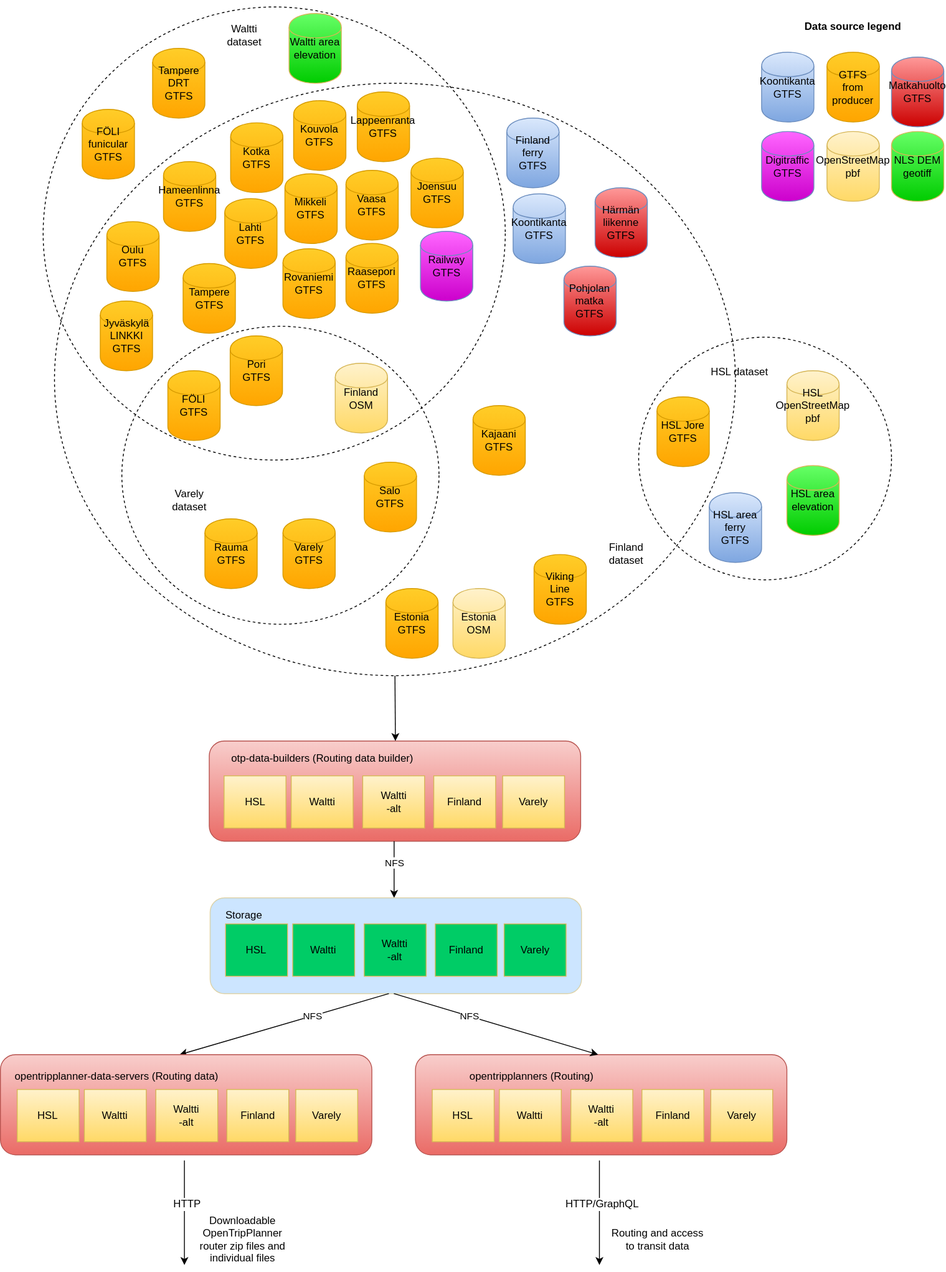
Above: src/pages/en/developers/architecture/x-apis/2-routing-data-api/architecture.svg in HSLdevcom/digitransit-site (draw.io), before the change. Source tidied: cells renumbered, new cells last; positions are measured from the earlier drawing's top-left corner, leaving out a move shared by most shapes.
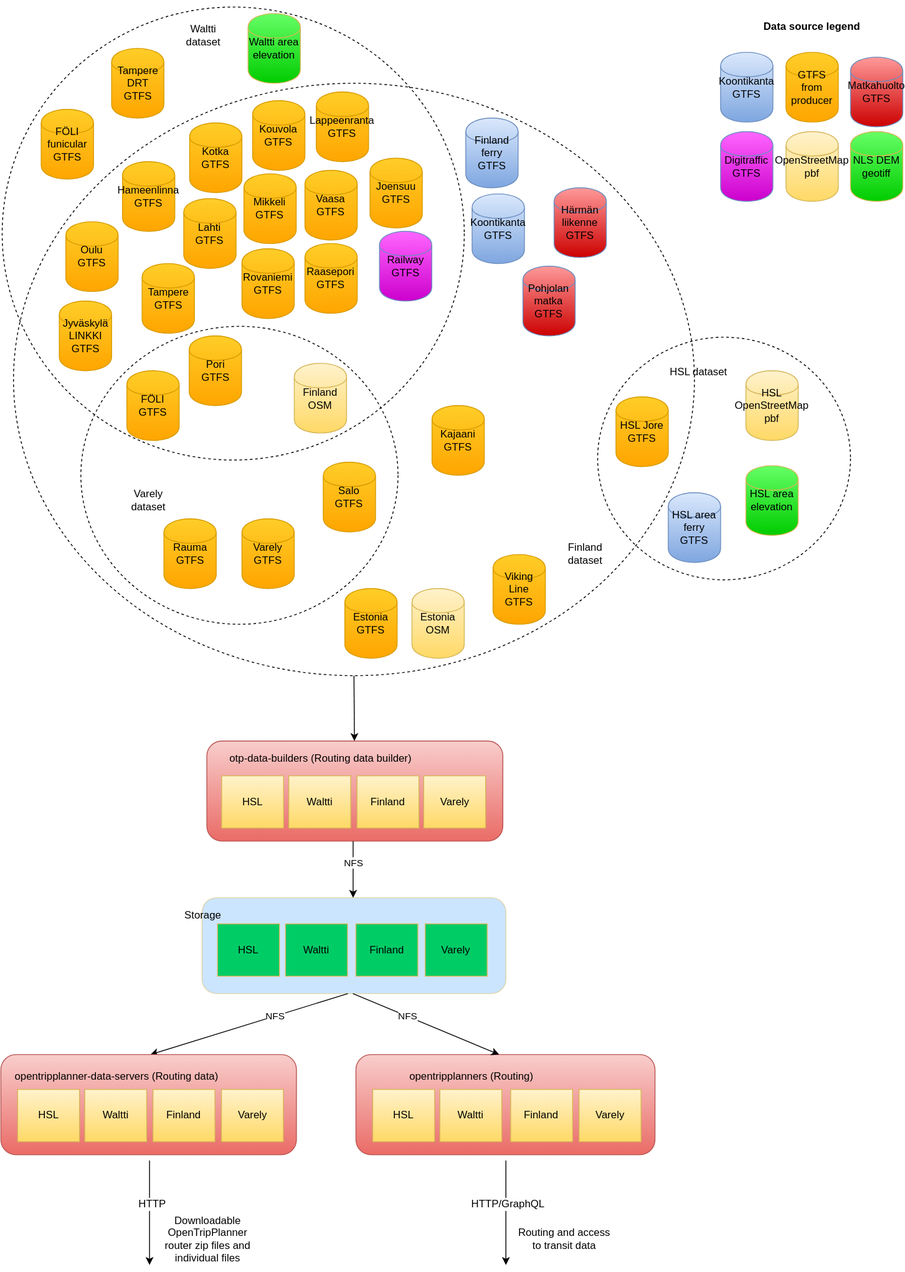
The same file after the commit.

Commit message:
Further update routing data architecture image to remove waltti-alt

The edit, as a diff of the source:
```diff
@@ -9,7 +9,7 @@
       <mxGeometry x="139.2" y="374" width="363.8" height="342" as="geometry" />
     </mxCell>
     <mxCell id="4" style="rounded=1;whiteSpace=wrap;html=1;fillColor=#f8cecc;fontSize=12;align=center;strokeColor=#b85450;gradientColor=#ea6b66;" parent="1" vertex="1">
-      <mxGeometry x="476" y="1210" width="426" height="115" as="geometry" />
+      <mxGeometry x="454.8" y="1210" width="343" height="115" as="geometry" />
     </mxCell>
     <mxCell id="5" style="edgeStyle=orthogonalEdgeStyle;rounded=0;html=1;exitX=0;exitY=0.5;entryX=0;entryY=0.5;jettySize=auto;orthogonalLoop=1;" parent="1" edge="1">
       <mxGeometry relative="1" as="geometry">
@@ -18,12 +18,12 @@
       </mxGeometry>
     </mxCell>
     <mxCell id="6" value="Routing and access to transit data" style="text;html=1;strokeColor=none;fillColor=none;align=center;verticalAlign=middle;whiteSpace=wrap;overflow=hidden;" parent="1" vertex="1">
-      <mxGeometry x="699" y="1386.5" width="110" height="70" as="geometry" />
+      <mxGeometry x="638.8" y="1386.5" width="110" height="70" as="geometry" />
     </mxCell>
     <mxCell id="7" style="edgeStyle=none;rounded=0;html=1;jettySize=auto;orthogonalLoop=1;" parent="1" edge="1">
       <mxGeometry relative="1" as="geometry">
-        <mxPoint x="687" y="1331.5" as="sourcePoint" />
-        <mxPoint x="687" y="1451.5" as="targetPoint" />
+        <mxPoint x="626.8" y="1331.5" as="sourcePoint" />
+        <mxPoint x="626.8" y="1451.5" as="targetPoint" />
       </mxGeometry>
     </mxCell>
     <mxCell id="8" value="HTTP/GraphQL" style="text;html=1;align=center;verticalAlign=middle;labelBackgroundColor=#ffffff;" parent="7" vertex="1">
@@ -72,13 +72,13 @@
       <mxGeometry x="948" y="59.5" width="60" height="80" as="geometry" />
     </mxCell>
     <mxCell id="23" style="rounded=1;whiteSpace=wrap;html=1;fillColor=#f8cecc;fontSize=12;align=center;strokeColor=#b85450;gradientColor=#ea6b66;" parent="1" vertex="1">
-      <mxGeometry x="239.5" y="850" width="426" height="115" as="geometry" />
+      <mxGeometry x="283.8" y="850" width="339.5" height="115" as="geometry" />
     </mxCell>
     <mxCell id="24" value="otp-data-builders (Routing data builder)" style="text;html=1;strokeColor=none;fillColor=none;align=center;verticalAlign=middle;whiteSpace=wrap;rounded=0;fontSize=12;" parent="1" vertex="1">
-      <mxGeometry x="251.2" y="860" width="237" height="20" as="geometry" />
+      <mxGeometry x="295.5" y="860" width="237" height="20" as="geometry" />
     </mxCell>
     <mxCell id="25" value="opentripplanners (Routing)" style="text;html=1;strokeColor=none;fillColor=none;align=center;verticalAlign=middle;whiteSpace=wrap;rounded=0;fontSize=12;" parent="1" vertex="1">
-      <mxGeometry x="490.5" y="1225" width="237" height="20" as="geometry" />
+      <mxGeometry x="469.2" y="1225" width="237" height="20" as="geometry" />
     </mxCell>
     <mxCell id="26" style="endArrow=classic;html=1;exitX=0.5;exitY=1;exitDx=0;exitDy=0;" parent="1" edge="1" source="2">
       <mxGeometry relative="1" as="geometry">
@@ -95,112 +95,100 @@
       <mxGeometry x="-0.26" relative="1" as="geometry" />
     </mxCell>
     <mxCell id="29" style="rounded=1;whiteSpace=wrap;html=1;fillColor=#99CCFF;fontSize=12;opacity=50;align=center;strokeColor=#d6b656;gradientColor=none;" parent="1" vertex="1">
-      <mxGeometry x="240.5" y="1030" width="426" height="110" as="geometry" />
+      <mxGeometry x="278.2" y="1030" width="348.5" height="110" as="geometry" />
     </mxCell>
     <mxCell id="30" value="Storage" style="text;html=1;strokeColor=none;fillColor=none;align=center;verticalAlign=middle;whiteSpace=wrap;rounded=0;fontSize=12;" parent="1" vertex="1">
       <mxGeometry x="160.5" y="1040" width="237" height="20" as="geometry" />
     </mxCell>
     <mxCell id="31" value="&lt;div style=&quot;text-align: center&quot;&gt;HSL&lt;/div&gt;" style="whiteSpace=wrap;html=1;align=center;plain-yellow;gradientColor=none;fillColor=#00CC66;" parent="1" vertex="1">
-      <mxGeometry x="258.2" y="1060" width="71" height="60" as="geometry" />
+      <mxGeometry x="296" y="1060" width="71" height="60" as="geometry" />
     </mxCell>
     <mxCell id="32" value="&lt;div style=&quot;text-align: center&quot;&gt;Waltti&lt;/div&gt;" style="whiteSpace=wrap;html=1;align=center;plain-yellow;gradientColor=none;fillColor=#00CC66;" parent="1" vertex="1">
-      <mxGeometry x="335.2" y="1060" width="71" height="60" as="geometry" />
+      <mxGeometry x="374" y="1060" width="71" height="60" as="geometry" />
     </mxCell>
-    <mxCell id="33" value="&lt;div style=&quot;text-align: center&quot;&gt;Waltti&lt;/div&gt;-alt" style="whiteSpace=wrap;html=1;align=center;plain-yellow;gradientColor=none;fillColor=#00CC66;" parent="1" vertex="1">
-      <mxGeometry x="417.2" y="1060" width="71" height="60" as="geometry" />
-    </mxCell>
     <mxCell id="34" value="Finland" style="whiteSpace=wrap;html=1;align=center;plain-yellow;gradientColor=none;fillColor=#00CC66;" parent="1" vertex="1">
-      <mxGeometry x="498.8" y="1060" width="71" height="60" as="geometry" />
+      <mxGeometry x="454.8" y="1060" width="71" height="60" as="geometry" />
     </mxCell>
     <mxCell id="35" value="Varely" style="whiteSpace=wrap;html=1;align=center;plain-yellow;gradientColor=none;fillColor=#00CC66;" parent="1" vertex="1">
-      <mxGeometry x="577.8" y="1060" width="71" height="60" as="geometry" />
+      <mxGeometry x="534.2" y="1060" width="71" height="60" as="geometry" />
     </mxCell>
     <mxCell id="36" value="&lt;div style=&quot;text-align: center&quot;&gt;HSL&lt;/div&gt;" style="whiteSpace=wrap;html=1;align=center;plain-yellow;" parent="1" vertex="1">
-      <mxGeometry x="495.2" y="1250" width="71" height="60" as="geometry" />
+      <mxGeometry x="474" y="1250" width="71" height="60" as="geometry" />
     </mxCell>
     <mxCell id="37" value="&lt;div style=&quot;text-align: center&quot;&gt;Waltti&lt;/div&gt;" style="whiteSpace=wrap;html=1;align=center;plain-yellow;" parent="1" vertex="1">
-      <mxGeometry x="572.2" y="1250" width="71" height="60" as="geometry" />
+      <mxGeometry x="551" y="1250" width="71" height="60" as="geometry" />
     </mxCell>
-    <mxCell id="38" value="&lt;div style=&quot;text-align: center&quot;&gt;Waltti&lt;/div&gt;-alt" style="whiteSpace=wrap;html=1;align=center;plain-yellow;" parent="1" vertex="1">
-      <mxGeometry x="654.2" y="1250" width="71" height="60" as="geometry" />
-    </mxCell>
     <mxCell id="39" value="Finland" style="whiteSpace=wrap;html=1;align=center;plain-yellow;" parent="1" vertex="1">
-      <mxGeometry x="735.8" y="1250" width="71" height="60" as="geometry" />
+      <mxGeometry x="632.2" y="1250" width="71" height="60" as="geometry" />
     </mxCell>
     <mxCell id="40" value="Varely" style="whiteSpace=wrap;html=1;align=center;plain-yellow;" parent="1" vertex="1">
-      <mxGeometry x="814.8" y="1250" width="71" height="60" as="geometry" />
+      <mxGeometry x="710.8" y="1250" width="71" height="60" as="geometry" />
     </mxCell>
     <mxCell id="41" style="endArrow=classic;html=1;exitX=0.492;exitY=1.005;exitPerimeter=0;" parent="1" edge="1">
       <mxGeometry relative="1" as="geometry">
         <mxPoint x="451.2" y="1140" as="sourcePoint" />
-        <mxPoint x="685.5" y="1210" as="targetPoint" />
+        <mxPoint x="619" y="1210" as="targetPoint" />
       </mxGeometry>
     </mxCell>
     <mxCell id="42" value="NFS" style="edgeLabel;html=1;align=center;verticalAlign=middle;" parent="41" vertex="1">
       <mxGeometry x="-0.26" relative="1" as="geometry" />
     </mxCell>
     <mxCell id="43" value="&lt;div style=&quot;text-align: center&quot;&gt;HSL&lt;/div&gt;" style="whiteSpace=wrap;html=1;align=center;plain-yellow;" parent="1" vertex="1">
-      <mxGeometry x="256.5" y="890" width="71" height="60" as="geometry" />
+      <mxGeometry x="300.8" y="890" width="71" height="60" as="geometry" />
     </mxCell>
     <mxCell id="44" value="&lt;div style=&quot;text-align: center&quot;&gt;Waltti&lt;/div&gt;" style="whiteSpace=wrap;html=1;align=center;plain-yellow;" parent="1" vertex="1">
-      <mxGeometry x="333.5" y="890" width="71" height="60" as="geometry" />
+      <mxGeometry x="377.8" y="890" width="71" height="60" as="geometry" />
     </mxCell>
-    <mxCell id="45" value="&lt;div style=&quot;text-align: center&quot;&gt;Waltti&lt;/div&gt;-alt" style="whiteSpace=wrap;html=1;align=center;plain-yellow;" parent="1" vertex="1">
-      <mxGeometry x="415.5" y="890" width="71" height="60" as="geometry" />
-    </mxCell>
     <mxCell id="46" value="Finland" style="whiteSpace=wrap;html=1;align=center;plain-yellow;" parent="1" vertex="1">
-      <mxGeometry x="497" y="890" width="71" height="60" as="geometry" />
+      <mxGeometry x="456" y="890" width="71" height="60" as="geometry" />
     </mxCell>
     <mxCell id="47" value="Varely" style="whiteSpace=wrap;html=1;align=center;plain-yellow;" parent="1" vertex="1">
-      <mxGeometry x="576" y="890" width="71" height="60" as="geometry" />
+      <mxGeometry x="532.5" y="890" width="71" height="60" as="geometry" />
     </mxCell>
     <mxCell id="48" style="endArrow=classic;html=1;" parent="1" edge="1">
       <mxGeometry relative="1" as="geometry">
         <mxPoint x="445.5" y="1140" as="sourcePoint" />
-        <mxPoint x="205.5" y="1210" as="targetPoint" />
+        <mxPoint x="219" y="1210" as="targetPoint" />
       </mxGeometry>
     </mxCell>
     <mxCell id="49" value="NFS" style="edgeLabel;html=1;align=center;verticalAlign=middle;" parent="48" vertex="1">
       <mxGeometry x="-0.26" relative="1" as="geometry" />
     </mxCell>
     <mxCell id="50" style="rounded=1;whiteSpace=wrap;html=1;fillColor=#f8cecc;fontSize=12;align=center;strokeColor=#b85450;gradientColor=#ea6b66;" parent="1" vertex="1">
-      <mxGeometry y="1210" width="426" height="115" as="geometry" />
+      <mxGeometry x="47.5" y="1210" width="339" height="115" as="geometry" />
     </mxCell>
     <mxCell id="51" style="edgeStyle=orthogonalEdgeStyle;rounded=0;html=1;exitX=0;exitY=0.5;entryX=0;entryY=0.5;jettySize=auto;orthogonalLoop=1;" parent="1" edge="1">
       <mxGeometry relative="1" as="geometry">
-        <mxPoint x="366" y="1356.5" as="sourcePoint" />
-        <mxPoint x="366" y="1356.5" as="targetPoint" />
+        <mxPoint x="373" y="1356.5" as="sourcePoint" />
+        <mxPoint x="373" y="1356.5" as="targetPoint" />
       </mxGeometry>
     </mxCell>
     <mxCell id="52" value="Downloadable OpenTripPlanner router zip files and individual files" style="text;html=1;strokeColor=none;fillColor=none;align=center;verticalAlign=middle;whiteSpace=wrap;overflow=hidden;" parent="1" vertex="1">
-      <mxGeometry x="223" y="1386.5" width="110" height="70" as="geometry" />
+      <mxGeometry x="230" y="1386.5" width="110" height="70" as="geometry" />
     </mxCell>
     <mxCell id="53" style="edgeStyle=none;rounded=0;html=1;jettySize=auto;orthogonalLoop=1;" parent="1" edge="1">
       <mxGeometry relative="1" as="geometry">
-        <mxPoint x="211" y="1331.5" as="sourcePoint" />
-        <mxPoint x="211" y="1451.5" as="targetPoint" />
+        <mxPoint x="218" y="1331.5" as="sourcePoint" />
+        <mxPoint x="218" y="1451.5" as="targetPoint" />
       </mxGeometry>
     </mxCell>
     <mxCell id="54" value="HTTP" style="text;html=1;align=center;verticalAlign=middle;labelBackgroundColor=#ffffff;" parent="53" vertex="1">
       <mxGeometry x="-0.16" y="2" relative="1" as="geometry" />
     </mxCell>
     <mxCell id="55" value="opentripplanner-data-servers (Routing data)" style="text;html=1;strokeColor=none;fillColor=none;align=center;verticalAlign=middle;whiteSpace=wrap;rounded=0;fontSize=12;" parent="1" vertex="1">
-      <mxGeometry x="14.5" y="1225" width="237" height="20" as="geometry" />
+      <mxGeometry x="62" y="1225" width="237" height="20" as="geometry" />
     </mxCell>
     <mxCell id="56" value="&lt;div style=&quot;text-align: center&quot;&gt;HSL&lt;/div&gt;" style="whiteSpace=wrap;html=1;align=center;plain-yellow;" parent="1" vertex="1">
-      <mxGeometry x="19.2" y="1250" width="71" height="60" as="geometry" />
+      <mxGeometry x="66.8" y="1250" width="71" height="60" as="geometry" />
     </mxCell>
     <mxCell id="57" value="&lt;div style=&quot;text-align: center&quot;&gt;Waltti&lt;/div&gt;" style="whiteSpace=wrap;html=1;align=center;plain-yellow;" parent="1" vertex="1">
-      <mxGeometry x="96.2" y="1250" width="71" height="60" as="geometry" />
+      <mxGeometry x="143.8" y="1250" width="71" height="60" as="geometry" />
     </mxCell>
-    <mxCell id="58" value="&lt;div style=&quot;text-align: center&quot;&gt;Waltti&lt;/div&gt;-alt" style="whiteSpace=wrap;html=1;align=center;plain-yellow;" parent="1" vertex="1">
-      <mxGeometry x="178.2" y="1250" width="71" height="60" as="geometry" />
-    </mxCell>
     <mxCell id="59" value="Finland" style="whiteSpace=wrap;html=1;align=center;plain-yellow;" parent="1" vertex="1">
-      <mxGeometry x="259.8" y="1250" width="71" height="60" as="geometry" />
+      <mxGeometry x="222" y="1250" width="71" height="60" as="geometry" />
     </mxCell>
     <mxCell id="60" value="Varely" style="whiteSpace=wrap;html=1;align=center;plain-yellow;" parent="1" vertex="1">
-      <mxGeometry x="338.8" y="1250" width="71" height="60" as="geometry" />
+      <mxGeometry x="300.5" y="1250" width="71" height="60" as="geometry" />
     </mxCell>
     <mxCell id="61" value="HSL area ferry GTFS" style="shape=cylinder;whiteSpace=wrap;html=1;align=center;fillColor=#dae8fc;strokeColor=#6c8ebf;gradientColor=#7ea6e0;" parent="1" vertex="1">
       <mxGeometry x="813" y="565" width="60" height="80" as="geometry" />
```
